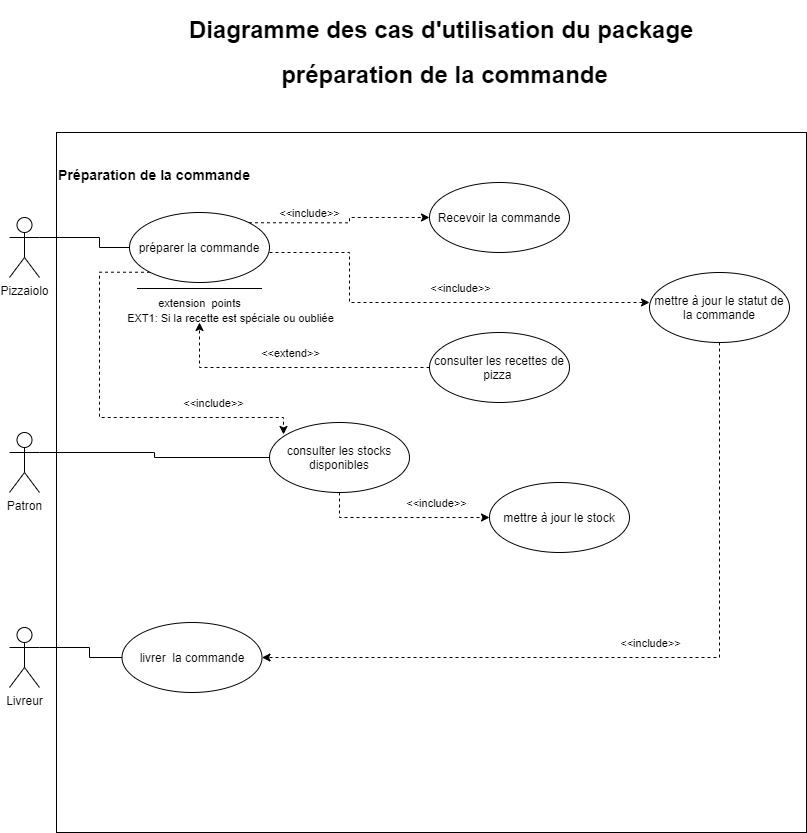
Above: Spécifications fonctionnelles/Diagrammes/diagramme de préparation de commande.png in HBaraa/P4_OC-pizza (draw.io), before the change. Source tidied: cells renumbered, new cells last; positions are measured from the earlier drawing's top-left corner, leaving out a move shared by most shapes.
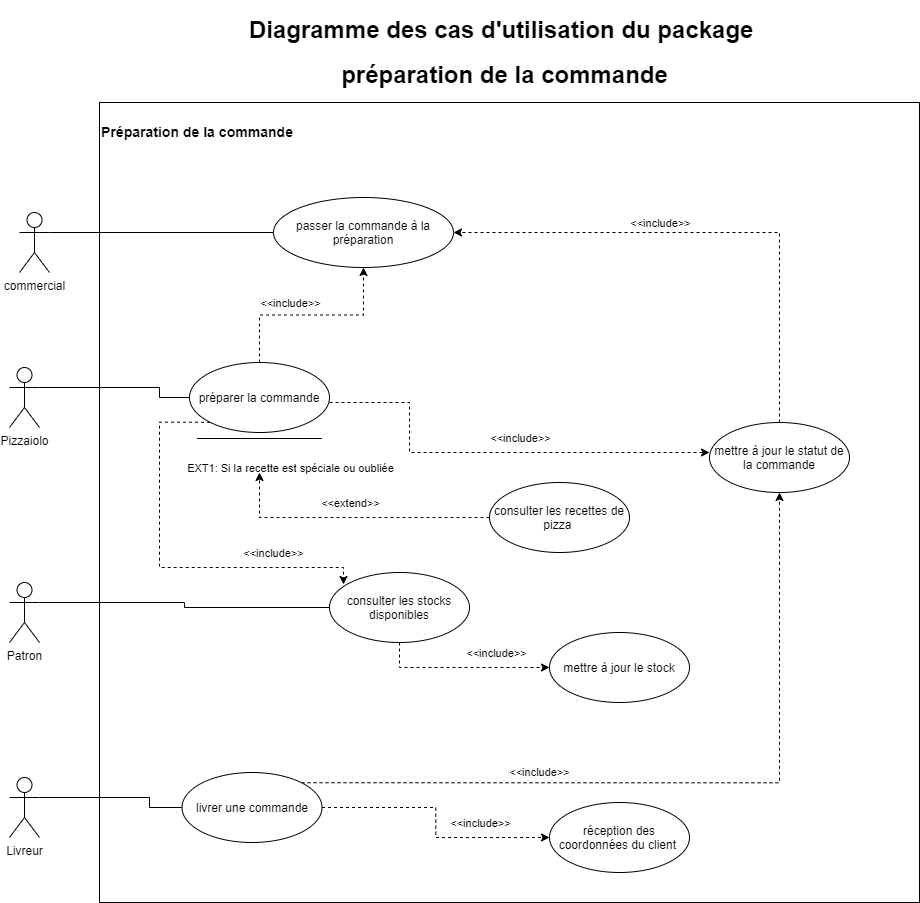
Above is the later version.

Diff of the diagram source:
```diff
@@ -2,8 +2,8 @@
   <root>
     <mxCell id="0" />
     <mxCell id="1" parent="0" />
-    <mxCell id="2" value="&lt;h3&gt;Préparation de la commande&lt;/h3&gt;&lt;div&gt;&lt;br&gt;&lt;/div&gt;&lt;div&gt;&lt;br&gt;&lt;/div&gt;&lt;div&gt;&lt;br&gt;&lt;/div&gt;&lt;div&gt;&lt;br&gt;&lt;/div&gt;&lt;div&gt;&lt;br&gt;&lt;/div&gt;&lt;div&gt;&lt;br&gt;&lt;/div&gt;&lt;div&gt;&lt;br&gt;&lt;/div&gt;&lt;div&gt;&lt;br&gt;&lt;/div&gt;&lt;div&gt;&lt;br&gt;&lt;/div&gt;&lt;div&gt;&lt;br&gt;&lt;/div&gt;&lt;div&gt;&lt;br&gt;&lt;/div&gt;&lt;div&gt;&lt;br&gt;&lt;/div&gt;&lt;div&gt;&lt;br&gt;&lt;/div&gt;&lt;div&gt;&lt;br&gt;&lt;/div&gt;&lt;div&gt;&lt;br&gt;&lt;/div&gt;&lt;div&gt;&lt;br&gt;&lt;/div&gt;&lt;div&gt;&lt;br&gt;&lt;/div&gt;&lt;div&gt;&lt;br&gt;&lt;/div&gt;&lt;div&gt;&lt;br&gt;&lt;/div&gt;&lt;div&gt;&lt;br&gt;&lt;/div&gt;&lt;div&gt;&lt;br&gt;&lt;/div&gt;&lt;div&gt;&lt;br&gt;&lt;/div&gt;&lt;div&gt;&lt;br&gt;&lt;/div&gt;&lt;div&gt;&lt;br&gt;&lt;/div&gt;&lt;div&gt;&lt;br&gt;&lt;/div&gt;&lt;div&gt;&lt;br&gt;&lt;/div&gt;&lt;div&gt;&lt;br&gt;&lt;/div&gt;&lt;div&gt;&lt;br&gt;&lt;/div&gt;&lt;div&gt;&lt;br&gt;&lt;/div&gt;&lt;div&gt;&lt;br&gt;&lt;/div&gt;&lt;div&gt;&lt;br&gt;&lt;/div&gt;&lt;div&gt;&lt;br&gt;&lt;/div&gt;&lt;div&gt;&lt;br&gt;&lt;/div&gt;&lt;div&gt;&lt;br&gt;&lt;/div&gt;&lt;div&gt;&lt;br&gt;&lt;/div&gt;&lt;div&gt;&lt;br&gt;&lt;/div&gt;&lt;div&gt;&lt;br&gt;&lt;/div&gt;&lt;div&gt;&lt;br&gt;&lt;/div&gt;&lt;div&gt;&lt;br&gt;&lt;/div&gt;&lt;div&gt;&lt;br&gt;&lt;/div&gt;&lt;div&gt;&lt;br&gt;&lt;/div&gt;&lt;div&gt;&lt;br&gt;&lt;/div&gt;&lt;div&gt;&lt;br&gt;&lt;/div&gt;&lt;div&gt;&lt;br&gt;&lt;/div&gt;" style="html=1;align=left;" parent="1" vertex="1">
-      <mxGeometry x="47" y="120" width="750" height="700" as="geometry" />
+    <mxCell id="2" value="&lt;h3&gt;Préparation de la commande&lt;/h3&gt;&lt;div&gt;&lt;br&gt;&lt;/div&gt;&lt;div&gt;&lt;br&gt;&lt;/div&gt;&lt;div&gt;&lt;br&gt;&lt;/div&gt;&lt;div&gt;&lt;br&gt;&lt;/div&gt;&lt;div&gt;&lt;br&gt;&lt;/div&gt;&lt;div&gt;&lt;br&gt;&lt;/div&gt;&lt;div&gt;&lt;br&gt;&lt;/div&gt;&lt;div&gt;&lt;br&gt;&lt;/div&gt;&lt;div&gt;&lt;br&gt;&lt;/div&gt;&lt;div&gt;&lt;br&gt;&lt;/div&gt;&lt;div&gt;&lt;br&gt;&lt;/div&gt;&lt;div&gt;&lt;br&gt;&lt;/div&gt;&lt;div&gt;&lt;br&gt;&lt;/div&gt;&lt;div&gt;&lt;br&gt;&lt;/div&gt;&lt;div&gt;&lt;br&gt;&lt;/div&gt;&lt;div&gt;&lt;br&gt;&lt;/div&gt;&lt;div&gt;&lt;br&gt;&lt;/div&gt;&lt;div&gt;&lt;br&gt;&lt;/div&gt;&lt;div&gt;&lt;br&gt;&lt;/div&gt;&lt;div&gt;&lt;br&gt;&lt;/div&gt;&lt;div&gt;&lt;br&gt;&lt;/div&gt;&lt;div&gt;&lt;br&gt;&lt;/div&gt;&lt;div&gt;&lt;br&gt;&lt;/div&gt;&lt;div&gt;&lt;br&gt;&lt;/div&gt;&lt;div&gt;&lt;br&gt;&lt;/div&gt;&lt;div&gt;&lt;br&gt;&lt;/div&gt;&lt;div&gt;&lt;br&gt;&lt;/div&gt;&lt;div&gt;&lt;br&gt;&lt;/div&gt;&lt;div&gt;&lt;br&gt;&lt;/div&gt;&lt;div&gt;&lt;br&gt;&lt;/div&gt;&lt;div&gt;&lt;br&gt;&lt;/div&gt;&lt;div&gt;&lt;br&gt;&lt;/div&gt;&lt;div&gt;&lt;br&gt;&lt;/div&gt;&lt;div&gt;&lt;br&gt;&lt;/div&gt;&lt;div&gt;&lt;br&gt;&lt;/div&gt;&lt;div&gt;&lt;br&gt;&lt;/div&gt;&lt;div&gt;&lt;br&gt;&lt;/div&gt;&lt;div&gt;&lt;br&gt;&lt;/div&gt;&lt;div&gt;&lt;br&gt;&lt;/div&gt;&lt;div&gt;&lt;br&gt;&lt;/div&gt;&lt;div&gt;&lt;br&gt;&lt;/div&gt;&lt;div&gt;&lt;br&gt;&lt;/div&gt;&lt;div&gt;&lt;br&gt;&lt;/div&gt;&lt;div&gt;&lt;br&gt;&lt;/div&gt;&lt;div&gt;&lt;br&gt;&lt;/div&gt;&lt;div&gt;&lt;br&gt;&lt;/div&gt;&lt;div&gt;&lt;br&gt;&lt;/div&gt;&lt;div&gt;&lt;br&gt;&lt;/div&gt;&lt;div&gt;&lt;br&gt;&lt;/div&gt;&lt;div&gt;&lt;br&gt;&lt;/div&gt;&lt;div&gt;&lt;br&gt;&lt;/div&gt;&lt;div&gt;&lt;br&gt;&lt;/div&gt;&lt;div&gt;&lt;br&gt;&lt;/div&gt;" style="html=1;align=left;" parent="1" vertex="1">
+      <mxGeometry x="30" y="-60" width="820" height="800" as="geometry" />
     </mxCell>
     <mxCell id="3" style="edgeStyle=orthogonalEdgeStyle;rounded=0;jettySize=auto;html=1;exitX=1;exitY=0.3333333333333333;exitDx=0;exitDy=0;exitPerimeter=0;entryX=0;entryY=0.5;entryDx=0;entryDy=0;endArrow=none;endFill=0;" parent="1" edge="1" source="4" target="17">
       <mxGeometry relative="1" as="geometry">
@@ -14,13 +14,13 @@
       </mxGeometry>
     </mxCell>
     <mxCell id="4" value="Pizzaiolo" style="shape=umlActor;verticalLabelPosition=bottom;verticalAlign=top;html=1;" parent="1" vertex="1">
-      <mxGeometry y="205" width="30" height="60" as="geometry" />
+      <mxGeometry x="-60" y="205" width="30" height="60" as="geometry" />
     </mxCell>
     <mxCell id="5" style="edgeStyle=orthogonalEdgeStyle;rounded=0;jettySize=auto;html=1;exitX=1;exitY=0.3333333333333333;exitDx=0;exitDy=0;exitPerimeter=0;entryX=0;entryY=0.5;entryDx=0;entryDy=0;endArrow=none;endFill=0;" parent="1" edge="1" source="6" target="28">
       <mxGeometry relative="1" as="geometry" />
     </mxCell>
     <mxCell id="6" value="Patron" style="shape=umlActor;verticalLabelPosition=bottom;verticalAlign=top;html=1;" parent="1" vertex="1">
-      <mxGeometry y="420" width="30" height="60" as="geometry" />
+      <mxGeometry x="-60" y="420" width="30" height="60" as="geometry" />
     </mxCell>
     <mxCell id="7" style="edgeStyle=orthogonalEdgeStyle;rounded=0;jettySize=auto;html=1;exitX=1;exitY=0.3333333333333333;exitDx=0;exitDy=0;exitPerimeter=0;entryX=0;entryY=0.5;entryDx=0;entryDy=0;endArrow=none;endFill=0;" parent="1" edge="1" source="8" target="30">
       <mxGeometry relative="1" as="geometry">
@@ -31,7 +31,7 @@
       </mxGeometry>
     </mxCell>
     <mxCell id="8" value="Livreur" style="shape=umlActor;verticalLabelPosition=bottom;verticalAlign=top;html=1;" parent="1" vertex="1">
-      <mxGeometry y="615" width="30" height="60" as="geometry" />
+      <mxGeometry x="-60" y="615" width="30" height="60" as="geometry" />
     </mxCell>
     <mxCell id="9" style="edgeStyle=orthogonalEdgeStyle;rounded=0;orthogonalLoop=1;jettySize=auto;html=1;exitX=1;exitY=0.5;exitDx=0;exitDy=0;entryX=0;entryY=0.5;entryDx=0;entryDy=0;dashed=1;" parent="1" edge="1">
       <mxGeometry relative="1" as="geometry">
@@ -53,24 +53,6 @@
         <mxPoint x="-125" y="10" as="offset" />
       </mxGeometry>
     </mxCell>
-    <mxCell id="12" style="edgeStyle=orthogonalEdgeStyle;rounded=0;jettySize=auto;html=1;exitX=1;exitY=0;exitDx=0;exitDy=0;entryX=0;entryY=0.5;entryDx=0;entryDy=0;dashed=1;" parent="1" edge="1" source="17" target="18">
-      <mxGeometry relative="1" as="geometry">
-        <Array as="points">
-          <mxPoint x="340" y="210" />
-          <mxPoint x="340" y="205" />
-        </Array>
-      </mxGeometry>
-    </mxCell>
-    <mxCell id="13" value="&amp;lt;&amp;lt;include&amp;gt;&amp;gt;" style="edgeLabel;html=1;align=center;verticalAlign=middle;" parent="12" vertex="1">
-      <mxGeometry x="-0.06" y="-1" relative="1" as="geometry">
-        <mxPoint x="-27.5" y="-11.3" as="offset" />
-      </mxGeometry>
-    </mxCell>
-    <mxCell id="14" value="extension&amp;nbsp; points" style="edgeLabel;html=1;align=center;verticalAlign=middle;" parent="12" vertex="1">
-      <mxGeometry x="0.3" y="-3" relative="1" as="geometry">
-        <mxPoint x="-165.2" y="82" as="offset" />
-      </mxGeometry>
-    </mxCell>
     <mxCell id="15" style="edgeStyle=orthogonalEdgeStyle;rounded=0;jettySize=auto;html=1;exitX=0;exitY=1;exitDx=0;exitDy=0;dashed=1;entryX=0.1;entryY=0.171;entryDx=0;entryDy=0;entryPerimeter=0;" parent="1" edge="1" source="17" target="28">
       <mxGeometry relative="1" as="geometry">
         <Array as="points">
@@ -85,20 +67,25 @@
         <mxPoint x="-35.2" y="-14" as="offset" />
       </mxGeometry>
     </mxCell>
+    <mxCell id="32" style="edgeStyle=orthogonalEdgeStyle;rounded=0;jettySize=auto;html=1;exitX=0.5;exitY=0;exitDx=0;exitDy=0;entryX=0.5;entryY=1;entryDx=0;entryDy=0;dashed=1;endArrow=classic;endFill=1;" parent="1" edge="1" source="17" target="43">
+      <mxGeometry relative="1" as="geometry" />
+    </mxCell>
+    <mxCell id="33" value="&amp;lt;&amp;lt;include&amp;gt;&amp;gt;" style="edgeLabel;html=1;align=center;verticalAlign=middle;" parent="32" vertex="1">
+      <mxGeometry x="0.35" y="2" relative="1" as="geometry">
+        <mxPoint x="-57.5" y="-10.5" as="offset" />
+      </mxGeometry>
+    </mxCell>
     <mxCell id="17" value="préparer la commande" style="ellipse;whiteSpace=wrap;html=1;" parent="1" vertex="1">
       <mxGeometry x="120" y="200" width="140" height="70" as="geometry" />
     </mxCell>
-    <mxCell id="18" value="Recevoir la commande" style="ellipse;whiteSpace=wrap;html=1;" parent="1" vertex="1">
-      <mxGeometry x="420" y="170" width="140" height="70" as="geometry" />
-    </mxCell>
-    <mxCell id="19" style="edgeStyle=orthogonalEdgeStyle;rounded=0;jettySize=auto;html=1;exitX=0.5;exitY=1;exitDx=0;exitDy=0;entryX=1;entryY=0.5;entryDx=0;entryDy=0;dashed=1;" parent="1" edge="1" source="21" target="30">
-      <mxGeometry relative="1" as="geometry" />
-    </mxCell>
-    <mxCell id="20" value="&amp;lt;&amp;lt;include&amp;gt;&amp;gt;" style="edgeLabel;html=1;align=center;verticalAlign=middle;" parent="19" vertex="1">
-      <mxGeometry x="-0.52" relative="1" as="geometry">
-        <mxPoint x="-70" y="115" as="offset" />
-      </mxGeometry>
-    </mxCell>
+    <mxCell id="34" style="edgeStyle=orthogonalEdgeStyle;rounded=0;jettySize=auto;html=1;exitX=0.5;exitY=0;exitDx=0;exitDy=0;entryX=1;entryY=0.5;entryDx=0;entryDy=0;endArrow=classic;endFill=1;dashed=1;" parent="1" edge="1" source="21" target="43">
+      <mxGeometry relative="1" as="geometry" />
+    </mxCell>
+    <mxCell id="35" value="&amp;lt;&amp;lt;include&amp;gt;&amp;gt;" style="edgeLabel;html=1;align=center;verticalAlign=middle;" parent="34" vertex="1">
+      <mxGeometry x="0.12" y="-1" relative="1" as="geometry">
+        <mxPoint x="-20" y="-9" as="offset" />
+      </mxGeometry>
+    </mxCell>
     <mxCell id="21" value="mettre à jour le statut de la commande" style="ellipse;whiteSpace=wrap;html=1;" parent="1" vertex="1">
       <mxGeometry x="640" y="260" width="140" height="70" as="geometry" />
     </mxCell>
@@ -132,11 +119,39 @@
     <mxCell id="29" value="mettre à jour le stock" style="ellipse;whiteSpace=wrap;html=1;" parent="1" vertex="1">
       <mxGeometry x="480" y="470" width="140" height="70" as="geometry" />
     </mxCell>
+    <mxCell id="36" style="edgeStyle=orthogonalEdgeStyle;rounded=0;jettySize=auto;html=1;exitX=1;exitY=0;exitDx=0;exitDy=0;endArrow=classic;endFill=1;dashed=1;" parent="1" edge="1" source="30" target="21">
+      <mxGeometry relative="1" as="geometry" />
+    </mxCell>
+    <mxCell id="37" value="&amp;lt;&amp;lt;include&amp;gt;&amp;gt;" style="edgeLabel;html=1;align=center;verticalAlign=middle;" parent="36" vertex="1">
+      <mxGeometry x="-0.35" y="-3" relative="1" as="geometry">
+        <mxPoint x="-13" y="-13.3" as="offset" />
+      </mxGeometry>
+    </mxCell>
+    <mxCell id="38" style="edgeStyle=orthogonalEdgeStyle;rounded=0;jettySize=auto;html=1;exitX=1;exitY=0.5;exitDx=0;exitDy=0;entryX=0;entryY=0.5;entryDx=0;entryDy=0;dashed=1;endArrow=classic;endFill=1;" parent="1" edge="1" source="30" target="40">
+      <mxGeometry relative="1" as="geometry" />
+    </mxCell>
+    <mxCell id="39" value="&amp;lt;&amp;lt;include&amp;gt;&amp;gt;" style="edgeLabel;html=1;align=center;verticalAlign=middle;" parent="38" vertex="1">
+      <mxGeometry x="0.74" relative="1" as="geometry">
+        <mxPoint x="-35.5" y="-15" as="offset" />
+      </mxGeometry>
+    </mxCell>
-    <mxCell id="30" value="livrer&amp;nbsp; la commande" style="ellipse;whiteSpace=wrap;html=1;" parent="1" vertex="1">
+    <mxCell id="30" value="livrer une commande" style="ellipse;whiteSpace=wrap;html=1;" parent="1" vertex="1">
       <mxGeometry x="112.5" y="610" width="140" height="70" as="geometry" />
     </mxCell>
+    <mxCell id="40" value="réception des coordonnées du client&amp;nbsp;" style="ellipse;whiteSpace=wrap;html=1;" parent="1" vertex="1">
+      <mxGeometry x="480" y="640" width="140" height="70" as="geometry" />
+    </mxCell>
     <mxCell id="31" value="&lt;h1&gt;Diagramme des cas d'utilisation du package&amp;nbsp;&lt;/h1&gt;&lt;h1&gt;préparation de la commande&lt;/h1&gt;" style="text;html=1;align=center;verticalAlign=middle;" parent="1" vertex="1">
-      <mxGeometry x="170" width="530" height="80" as="geometry" />
+      <mxGeometry x="170" y="-150" width="530" height="80" as="geometry" />
     </mxCell>
+    <mxCell id="41" style="edgeStyle=orthogonalEdgeStyle;rounded=0;jettySize=auto;html=1;exitX=1;exitY=0.3333333333333333;exitDx=0;exitDy=0;exitPerimeter=0;entryX=0;entryY=0.5;entryDx=0;entryDy=0;endArrow=none;endFill=0;" parent="1" edge="1" source="42" target="43">
+      <mxGeometry relative="1" as="geometry" />
+    </mxCell>
+    <mxCell id="42" value="commercial" style="shape=umlActor;verticalLabelPosition=bottom;verticalAlign=top;html=1;" parent="1" vertex="1">
+      <mxGeometry x="-50" y="50" width="30" height="60" as="geometry" />
+    </mxCell>
+    <mxCell id="43" value="passer la commande à la préparation" style="ellipse;whiteSpace=wrap;html=1;" parent="1" vertex="1">
+      <mxGeometry x="204" y="35" width="180" height="70" as="geometry" />
+    </mxCell>
   </root>
 </mxGraphModel>
```
